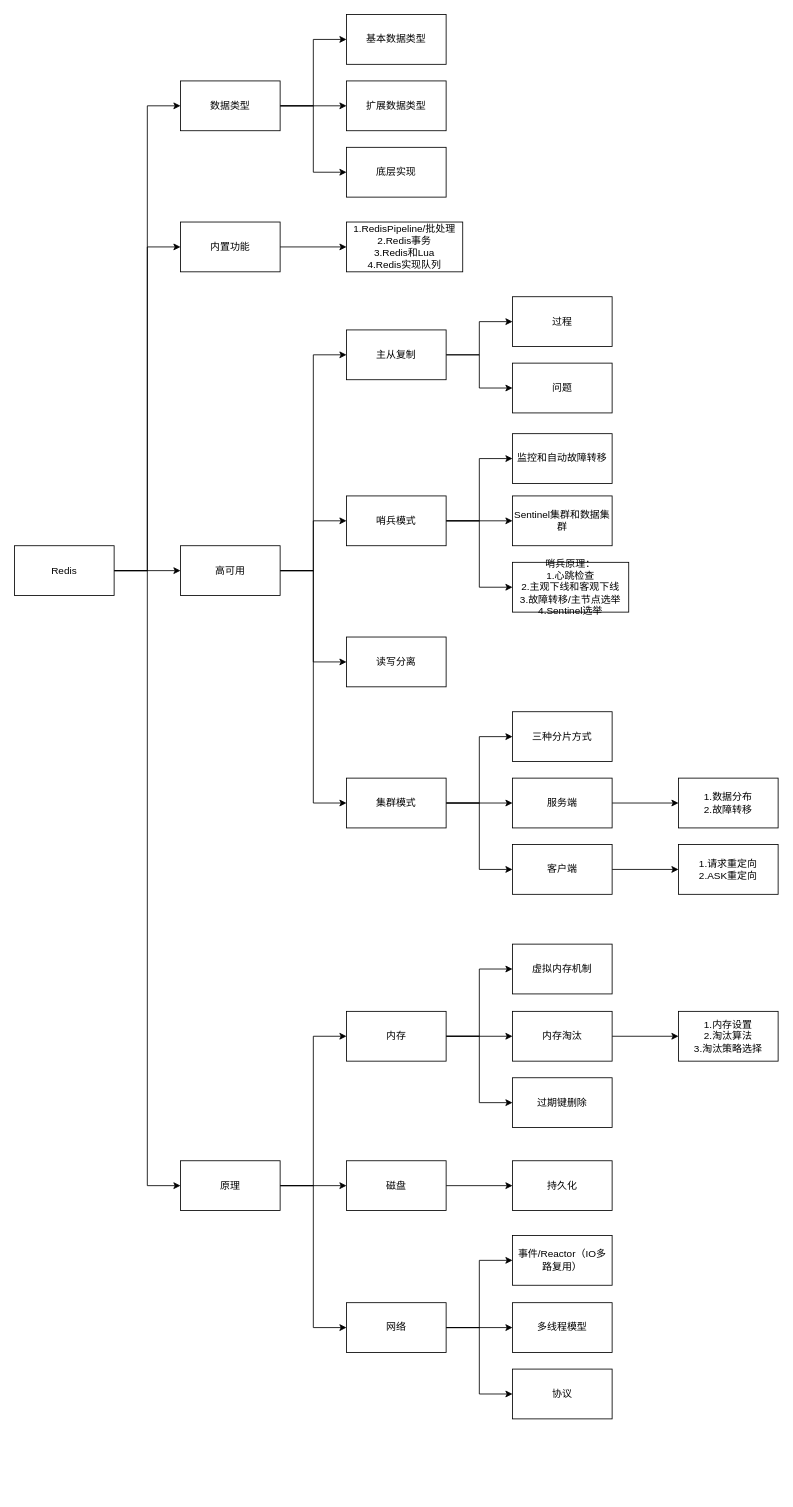
This is images/draw/162.Redis.drawio from wt1814/wt1814.github.io, a draw.io file, before an edit. Source tidied: cells renumbered, new cells numbered last; positions are measured from the earlier drawing's top-left corner, leaving out a move shared by most shapes. Both pictures are drawn from the tidied source at 83%, with x=0, y=0 at pixel (14, 14).
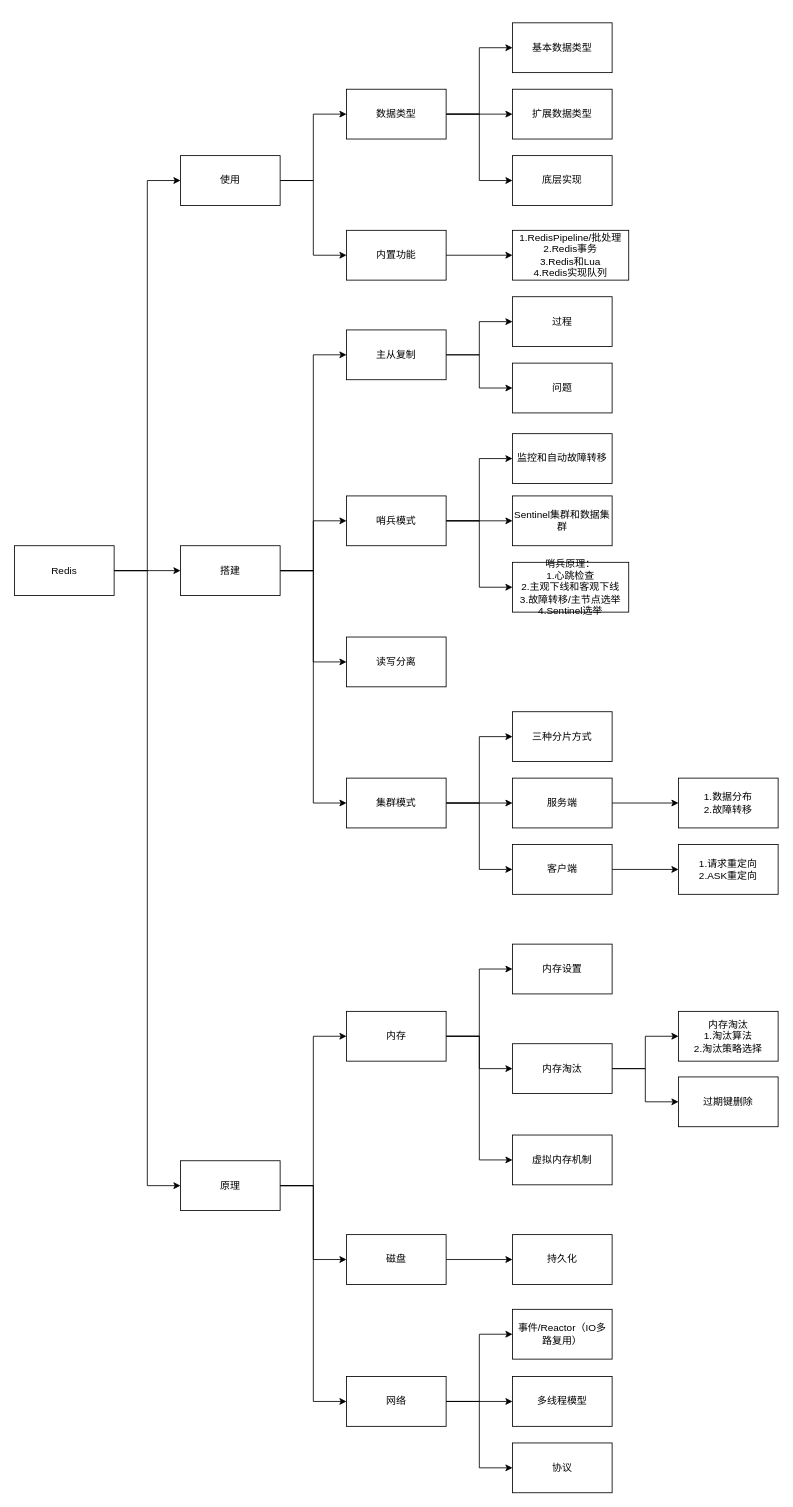
The same page after the edit.

The change refers to these unchanged cells:
```xml
<mxCell id="6" value="Redis" style="rounded=0;whiteSpace=wrap;html=1;" parent="1" vertex="1">
  <mxGeometry y="640" width="120" height="60" as="geometry" />
</mxCell>
```

Change to the diagram source:
```diff
@@
-    <mxCell id="2" style="edgeStyle=orthogonalEdgeStyle;rounded=0;jettySize=auto;html=1;entryX=0;entryY=0.5;entryDx=0;entryDy=0;" parent="1" edge="1" source="6" target="10">
+    <mxCell id="2" style="edgeStyle=orthogonalEdgeStyle;rounded=0;jettySize=auto;html=1;entryX=0;entryY=0.5;entryDx=0;entryDy=0;" parent="1" edge="1" source="6" target="72">
       <mxGeometry relative="1" as="geometry" />
     </mxCell>
-    <mxCell id="3" style="edgeStyle=orthogonalEdgeStyle;rounded=0;jettySize=auto;html=1;entryX=0;entryY=0.5;entryDx=0;entryDy=0;" parent="1" edge="1" source="6" target="21">
-      <mxGeometry relative="1" as="geometry" />
-    </mxCell>
@@
     <mxCell id="10" value="数据类型" style="rounded=0;whiteSpace=wrap;html=1;" parent="1" vertex="1">
-      <mxGeometry x="200" y="80" width="120" height="60" as="geometry" />
+      <mxGeometry x="400" y="90" width="120" height="60" as="geometry" />
     </mxCell>
@@
-    <mxCell id="19" value="高可用" style="rounded=0;whiteSpace=wrap;html=1;" parent="1" vertex="1">
+    <mxCell id="19" value="搭建" style="rounded=0;whiteSpace=wrap;html=1;" parent="1" vertex="1">
       <mxGeometry x="200" y="640" width="120" height="60" as="geometry" />
     </mxCell>
@@
     <mxCell id="21" value="内置功能" style="rounded=0;whiteSpace=wrap;html=1;" parent="1" vertex="1">
-      <mxGeometry x="200" y="250" width="120" height="60" as="geometry" />
+      <mxGeometry x="400" y="260" width="120" height="60" as="geometry" />
     </mxCell>
     <mxCell id="22" value="基本数据类型" style="rounded=0;whiteSpace=wrap;html=1;" parent="1" vertex="1">
-      <mxGeometry x="400" width="120" height="60" as="geometry" />
+      <mxGeometry x="600" y="10" width="120" height="60" as="geometry" />
     </mxCell>
     <mxCell id="23" value="扩展数据类型" style="rounded=0;whiteSpace=wrap;html=1;" parent="1" vertex="1">
-      <mxGeometry x="400" y="80" width="120" height="60" as="geometry" />
+      <mxGeometry x="600" y="90" width="120" height="60" as="geometry" />
     </mxCell>
     <mxCell id="24" value="底层实现" style="rounded=0;whiteSpace=wrap;html=1;" parent="1" vertex="1">
-      <mxGeometry x="400" y="160" width="120" height="60" as="geometry" />
+      <mxGeometry x="600" y="170" width="120" height="60" as="geometry" />
     </mxCell>
     <mxCell id="25" value="&lt;div&gt;1.RedisPipeline/批处理&lt;/div&gt;&lt;div&gt;2.Redis事务&lt;/div&gt;&lt;div&gt;3.Redis和Lua&lt;/div&gt;&lt;div&gt;4.Redis实现队列&lt;/div&gt;" style="rounded=0;whiteSpace=wrap;html=1;" parent="1" vertex="1">
-      <mxGeometry x="400" y="250" width="140" height="60" as="geometry" />
+      <mxGeometry x="600" y="260" width="140" height="60" as="geometry" />
     </mxCell>
@@
     <mxCell id="51" value="磁盘" style="rounded=0;whiteSpace=wrap;html=1;" parent="1" vertex="1">
-      <mxGeometry x="400" y="1381" width="120" height="60" as="geometry" />
+      <mxGeometry x="400" y="1470" width="120" height="60" as="geometry" />
     </mxCell>
     <mxCell id="52" style="edgeStyle=orthogonalEdgeStyle;rounded=0;jettySize=auto;html=1;entryX=0;entryY=0.5;entryDx=0;entryDy=0;" parent="1" edge="1" source="55" target="66">
       <mxGeometry relative="1" as="geometry">
         <Array as="points">
-          <mxPoint x="560" y="1582" />
-          <mxPoint x="560" y="1501" />
+          <mxPoint x="560" y="1671" />
+          <mxPoint x="560" y="1590" />
         </Array>
       </mxGeometry>
     </mxCell>
@@
     <mxCell id="55" value="网络" style="rounded=0;whiteSpace=wrap;html=1;" parent="1" vertex="1">
-      <mxGeometry x="400" y="1552" width="120" height="60" as="geometry" />
+      <mxGeometry x="400" y="1641" width="120" height="60" as="geometry" />
     </mxCell>
@@
+    <mxCell id="69" style="edgeStyle=orthogonalEdgeStyle;rounded=0;jettySize=auto;html=1;entryX=0;entryY=0.5;entryDx=0;entryDy=0;" parent="1" edge="1" source="61" target="73">
+      <mxGeometry relative="1" as="geometry" />
+    </mxCell>
     <mxCell id="61" value="内存淘汰" style="rounded=0;whiteSpace=wrap;html=1;" parent="1" vertex="1">
-      <mxGeometry x="600" y="1201" width="120" height="60" as="geometry" />
+      <mxGeometry x="600" y="1240" width="120" height="60" as="geometry" />
     </mxCell>
-    <mxCell id="62" value="过期键删除" style="rounded=0;whiteSpace=wrap;html=1;" parent="1" vertex="1">
-      <mxGeometry x="600" y="1281" width="120" height="60" as="geometry" />
+    <mxCell id="62" value="虚拟内存机制" style="rounded=0;whiteSpace=wrap;html=1;" parent="1" vertex="1">
+      <mxGeometry x="600" y="1350" width="120" height="60" as="geometry" />
     </mxCell>
-    <mxCell id="63" value="虚拟内存机制" style="rounded=0;whiteSpace=wrap;html=1;" parent="1" vertex="1">
+    <mxCell id="63" value="内存设置" style="rounded=0;whiteSpace=wrap;html=1;" parent="1" vertex="1">
       <mxGeometry x="600" y="1120" width="120" height="60" as="geometry" />
     </mxCell>
     <mxCell id="64" value="多线程模型" style="rounded=0;whiteSpace=wrap;html=1;" parent="1" vertex="1">
-      <mxGeometry x="600" y="1552" width="120" height="60" as="geometry" />
+      <mxGeometry x="600" y="1641" width="120" height="60" as="geometry" />
     </mxCell>
     <mxCell id="65" value="协议" style="rounded=0;whiteSpace=wrap;html=1;" parent="1" vertex="1">
-      <mxGeometry x="600" y="1632" width="120" height="60" as="geometry" />
+      <mxGeometry x="600" y="1721" width="120" height="60" as="geometry" />
     </mxCell>
     <mxCell id="66" value="事件/Reactor（IO多路复用）" style="rounded=0;whiteSpace=wrap;html=1;" parent="1" vertex="1">
-      <mxGeometry x="600" y="1471" width="120" height="60" as="geometry" />
+      <mxGeometry x="600" y="1560" width="120" height="60" as="geometry" />
     </mxCell>
     <mxCell id="67" value="持久化" style="rounded=0;whiteSpace=wrap;html=1;" parent="1" vertex="1">
-      <mxGeometry x="600" y="1381" width="120" height="60" as="geometry" />
+      <mxGeometry x="600" y="1470" width="120" height="60" as="geometry" />
     </mxCell>
-    <mxCell id="68" value="&lt;div&gt;1.内存设置&lt;/div&gt;&lt;div&gt;2.淘汰算法&lt;/div&gt;&lt;div&gt;3.淘汰策略选择&lt;/div&gt;" style="rounded=0;whiteSpace=wrap;html=1;" parent="1" vertex="1">
+    <mxCell id="68" value="&lt;div&gt;内存淘汰&lt;br&gt;&lt;/div&gt;&lt;div&gt;1.淘汰算法&lt;/div&gt;&lt;div&gt;2.淘汰策略选择&lt;/div&gt;" style="rounded=0;whiteSpace=wrap;html=1;" parent="1" vertex="1">
       <mxGeometry x="800" y="1201" width="120" height="60" as="geometry" />
     </mxCell>
+    <mxCell id="70" style="edgeStyle=orthogonalEdgeStyle;rounded=0;jettySize=auto;html=1;entryX=0;entryY=0.5;entryDx=0;entryDy=0;" parent="1" edge="1" source="72" target="10">
+      <mxGeometry relative="1" as="geometry" />
+    </mxCell>
+    <mxCell id="71" style="edgeStyle=orthogonalEdgeStyle;rounded=0;jettySize=auto;html=1;entryX=0;entryY=0.5;entryDx=0;entryDy=0;" parent="1" edge="1" source="72" target="21">
+      <mxGeometry relative="1" as="geometry" />
+    </mxCell>
+    <mxCell id="72" value="使用" style="rounded=0;whiteSpace=wrap;html=1;" parent="1" vertex="1">
+      <mxGeometry x="200" y="170" width="120" height="60" as="geometry" />
+    </mxCell>
+    <mxCell id="73" value="过期键删除" style="rounded=0;whiteSpace=wrap;html=1;" parent="1" vertex="1">
+      <mxGeometry x="800" y="1280" width="120" height="60" as="geometry" />
+    </mxCell>
```
